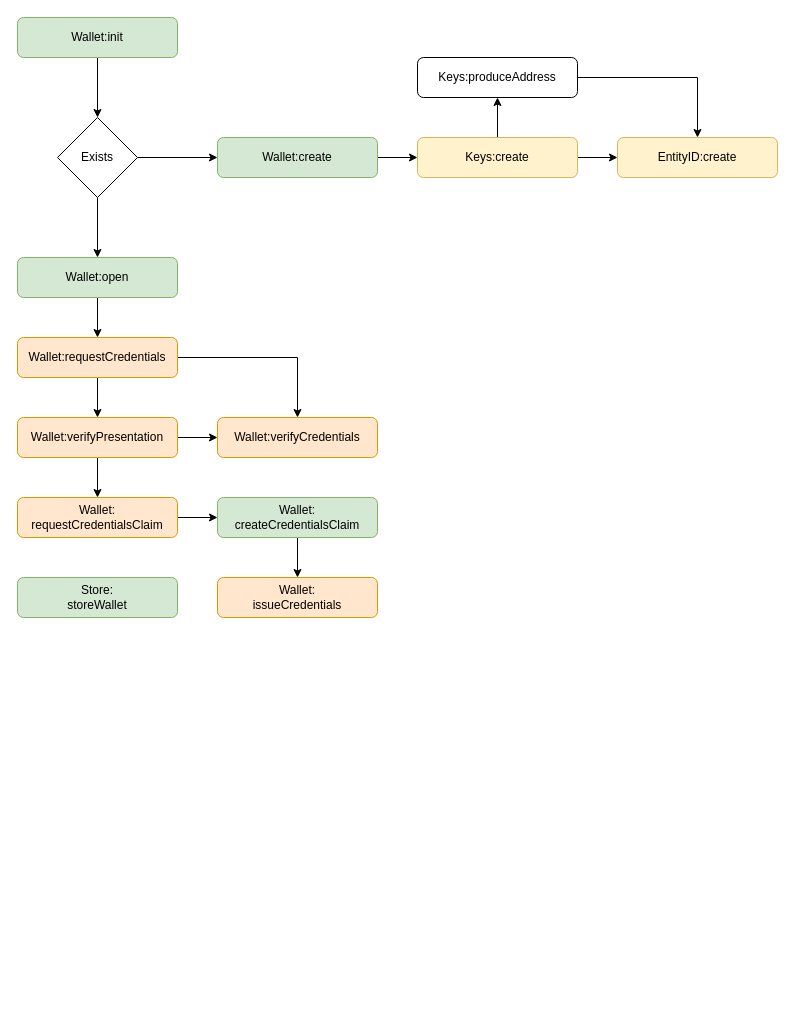
owlmeans/regov-ssi-mono keeps this draw.io diagram as page "Wallet Draft Model" (4 of 4) of docs/MetaID Wallet.drawio. Above is the earlier version. Source tidied: cells renumbered, new cells numbered last; positions are measured from the earlier drawing's top-left corner, leaving out a move shared by most shapes. Both pictures are drawn from the tidied source at 100%, with x=0, y=0 at pixel (17, 17).
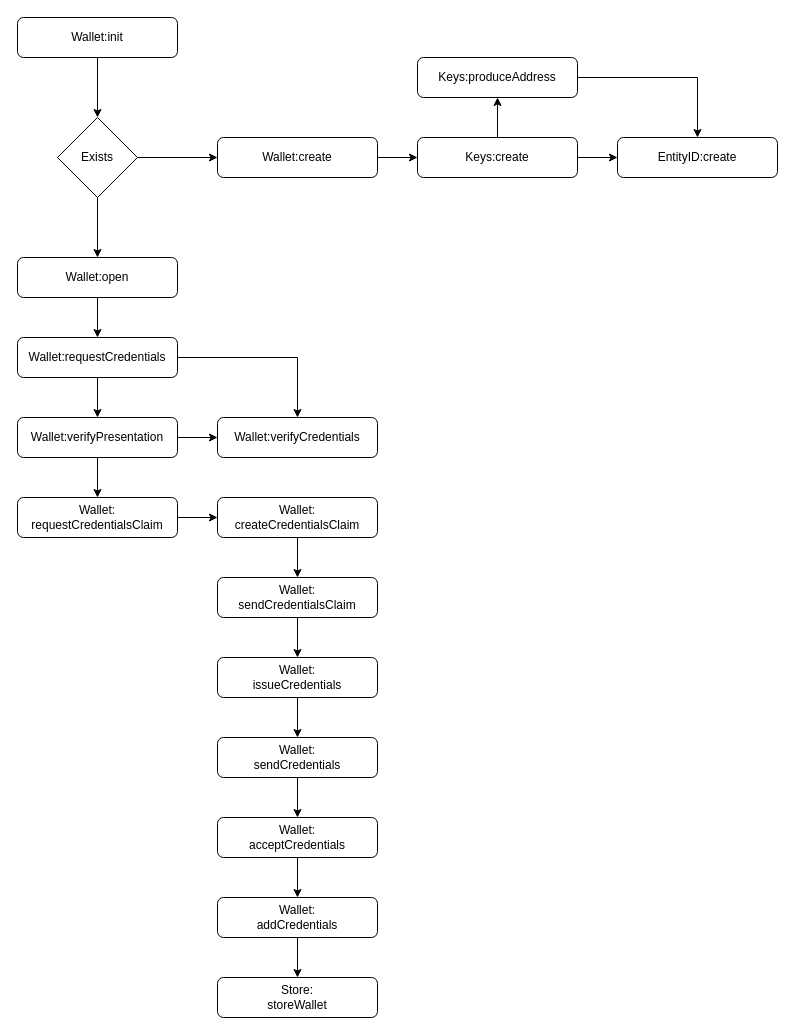
Above is the later version.

Diff of the diagram source:
```diff
@@
-    <mxCell id="3" value="Wallet:init" style="rounded=1;whiteSpace=wrap;html=1;fillColor=#d5e8d4;strokeColor=#82b366;" parent="1" vertex="1">
+    <mxCell id="3" value="Wallet:init" style="rounded=1;whiteSpace=wrap;html=1;" parent="1" vertex="1">
       <mxGeometry width="160" height="40" as="geometry" />
     </mxCell>
@@
-    <mxCell id="8" value="Wallet:open" style="rounded=1;whiteSpace=wrap;html=1;fillColor=#d5e8d4;strokeColor=#82b366;" parent="1" vertex="1">
+    <mxCell id="8" value="Wallet:open" style="rounded=1;whiteSpace=wrap;html=1;" parent="1" vertex="1">
       <mxGeometry y="240" width="160" height="40" as="geometry" />
     </mxCell>
@@
-    <mxCell id="10" value="Wallet:create" style="rounded=1;whiteSpace=wrap;html=1;fillColor=#d5e8d4;strokeColor=#82b366;" parent="1" vertex="1">
+    <mxCell id="10" value="Wallet:create" style="rounded=1;whiteSpace=wrap;html=1;" parent="1" vertex="1">
       <mxGeometry x="200" y="120" width="160" height="40" as="geometry" />
     </mxCell>
-    <mxCell id="11" value="EntityID:create" style="rounded=1;whiteSpace=wrap;html=1;fillColor=#fff2cc;strokeColor=#d6b656;" parent="1" vertex="1">
+    <mxCell id="11" value="EntityID:create" style="rounded=1;whiteSpace=wrap;html=1;" parent="1" vertex="1">
       <mxGeometry x="600" y="120" width="160" height="40" as="geometry" />
     </mxCell>
@@
-    <mxCell id="14" value="Keys:create" style="rounded=1;whiteSpace=wrap;html=1;fillColor=#fff2cc;strokeColor=#d6b656;" parent="1" vertex="1">
+    <mxCell id="14" value="Keys:create" style="rounded=1;whiteSpace=wrap;html=1;" parent="1" vertex="1">
       <mxGeometry x="400" y="120" width="160" height="40" as="geometry" />
     </mxCell>
@@
-    <mxCell id="17" value="Wallet:requestCredentials" style="rounded=1;whiteSpace=wrap;html=1;fillColor=#ffe6cc;strokeColor=#d79b00;" parent="1" vertex="1">
+    <mxCell id="17" value="Wallet:requestCredentials" style="rounded=1;whiteSpace=wrap;html=1;" parent="1" vertex="1">
       <mxGeometry y="320" width="160" height="40" as="geometry" />
     </mxCell>
@@
-    <mxCell id="20" value="Wallet:verifyPresentation" style="rounded=1;whiteSpace=wrap;html=1;fillColor=#ffe6cc;strokeColor=#d79b00;" parent="1" vertex="1">
+    <mxCell id="20" value="Wallet:verifyPresentation" style="rounded=1;whiteSpace=wrap;html=1;" parent="1" vertex="1">
       <mxGeometry y="400" width="160" height="40" as="geometry" />
     </mxCell>
-    <mxCell id="21" value="Wallet:verifyCredentials" style="rounded=1;whiteSpace=wrap;html=1;fillColor=#ffe6cc;strokeColor=#d79b00;" parent="1" vertex="1">
+    <mxCell id="21" value="Wallet:verifyCredentials" style="rounded=1;whiteSpace=wrap;html=1;" parent="1" vertex="1">
       <mxGeometry x="200" y="400" width="160" height="40" as="geometry" />
     </mxCell>
@@
-    <mxCell id="23" style="edgeStyle=orthogonalEdgeStyle;rounded=0;jettySize=auto;html=1;exitX=0.5;exitY=1;exitDx=0;exitDy=0;entryX=0.5;entryY=0;entryDx=0;entryDy=0;entryPerimeter=0;" parent="1" edge="1" source="25" target="26">
-      <mxGeometry relative="1" as="geometry" />
-    </mxCell>
-    <mxCell id="24" value="Wallet:&lt;br&gt;requestCredentialsClaim" style="rounded=1;whiteSpace=wrap;html=1;fillColor=#ffe6cc;strokeColor=#d79b00;" parent="1" vertex="1">
+    <mxCell id="24" value="Wallet:&lt;br&gt;requestCredentialsClaim" style="rounded=1;whiteSpace=wrap;html=1;" parent="1" vertex="1">
       <mxGeometry y="480" width="160" height="40" as="geometry" />
     </mxCell>
+    <mxCell id="30" style="edgeStyle=orthogonalEdgeStyle;rounded=0;jettySize=auto;html=1;exitX=0.5;exitY=1;exitDx=0;exitDy=0;" parent="1" edge="1" source="25" target="39">
+      <mxGeometry relative="1" as="geometry" />
+    </mxCell>
-    <mxCell id="25" value="Wallet:&lt;br&gt;createCredentialsClaim" style="rounded=1;whiteSpace=wrap;html=1;fillColor=#d5e8d4;strokeColor=#82b366;" parent="1" vertex="1">
+    <mxCell id="25" value="Wallet:&lt;br&gt;createCredentialsClaim" style="rounded=1;whiteSpace=wrap;html=1;" parent="1" vertex="1">
       <mxGeometry x="200" y="480" width="160" height="40" as="geometry" />
     </mxCell>
+    <mxCell id="31" style="edgeStyle=orthogonalEdgeStyle;rounded=0;jettySize=auto;html=1;exitX=0.5;exitY=1;exitDx=0;exitDy=0;entryX=0.5;entryY=0;entryDx=0;entryDy=0;" parent="1" edge="1" source="26" target="33">
+      <mxGeometry relative="1" as="geometry" />
+    </mxCell>
-    <mxCell id="26" value="Wallet:&lt;br&gt;issueCredentials" style="rounded=1;whiteSpace=wrap;html=1;fillColor=#ffe6cc;strokeColor=#d79b00;" parent="1" vertex="1">
-      <mxGeometry x="200" y="560" width="160" height="40" as="geometry" />
+    <mxCell id="26" value="Wallet:&lt;br&gt;issueCredentials" style="rounded=1;whiteSpace=wrap;html=1;" parent="1" vertex="1">
+      <mxGeometry x="200" y="640" width="160" height="40" as="geometry" />
     </mxCell>
@@
-    <mxCell id="29" value="Store:&lt;br&gt;storeWallet" style="rounded=1;whiteSpace=wrap;html=1;fillColor=#d5e8d4;strokeColor=#82b366;" parent="1" vertex="1">
-      <mxGeometry y="560" width="160" height="40" as="geometry" />
+    <mxCell id="29" value="Store:&lt;br&gt;storeWallet" style="rounded=1;whiteSpace=wrap;html=1;" parent="1" vertex="1">
+      <mxGeometry x="200" y="960" width="160" height="40" as="geometry" />
     </mxCell>
+    <mxCell id="32" style="edgeStyle=orthogonalEdgeStyle;rounded=0;jettySize=auto;html=1;exitX=0.5;exitY=1;exitDx=0;exitDy=0;entryX=0.5;entryY=0;entryDx=0;entryDy=0;" parent="1" edge="1" source="33" target="35">
+      <mxGeometry relative="1" as="geometry" />
+    </mxCell>
+    <mxCell id="33" value="Wallet:&lt;br&gt;sendCredentials" style="rounded=1;whiteSpace=wrap;html=1;" parent="1" vertex="1">
+      <mxGeometry x="200" y="720" width="160" height="40" as="geometry" />
+    </mxCell>
+    <mxCell id="34" style="edgeStyle=orthogonalEdgeStyle;rounded=0;jettySize=auto;html=1;exitX=0.5;exitY=1;exitDx=0;exitDy=0;entryX=0.5;entryY=0;entryDx=0;entryDy=0;" parent="1" edge="1" source="35" target="37">
+      <mxGeometry relative="1" as="geometry" />
+    </mxCell>
+    <mxCell id="35" value="Wallet:&lt;br&gt;acceptCredentials" style="rounded=1;whiteSpace=wrap;html=1;" parent="1" vertex="1">
+      <mxGeometry x="200" y="800" width="160" height="40" as="geometry" />
+    </mxCell>
+    <mxCell id="36" style="edgeStyle=orthogonalEdgeStyle;rounded=0;jettySize=auto;html=1;exitX=0.5;exitY=1;exitDx=0;exitDy=0;" parent="1" edge="1" source="37" target="29">
+      <mxGeometry relative="1" as="geometry" />
+    </mxCell>
+    <mxCell id="37" value="Wallet:&lt;br&gt;addCredentials" style="rounded=1;whiteSpace=wrap;html=1;" parent="1" vertex="1">
+      <mxGeometry x="200" y="880" width="160" height="40" as="geometry" />
+    </mxCell>
+    <mxCell id="38" style="edgeStyle=orthogonalEdgeStyle;rounded=0;jettySize=auto;html=1;exitX=0.5;exitY=1;exitDx=0;exitDy=0;" parent="1" edge="1" source="39" target="26">
+      <mxGeometry relative="1" as="geometry" />
+    </mxCell>
+    <mxCell id="39" value="Wallet:&lt;br&gt;sendCredentialsClaim" style="rounded=1;whiteSpace=wrap;html=1;" parent="1" vertex="1">
+      <mxGeometry x="200" y="560" width="160" height="40" as="geometry" />
+    </mxCell>
```
